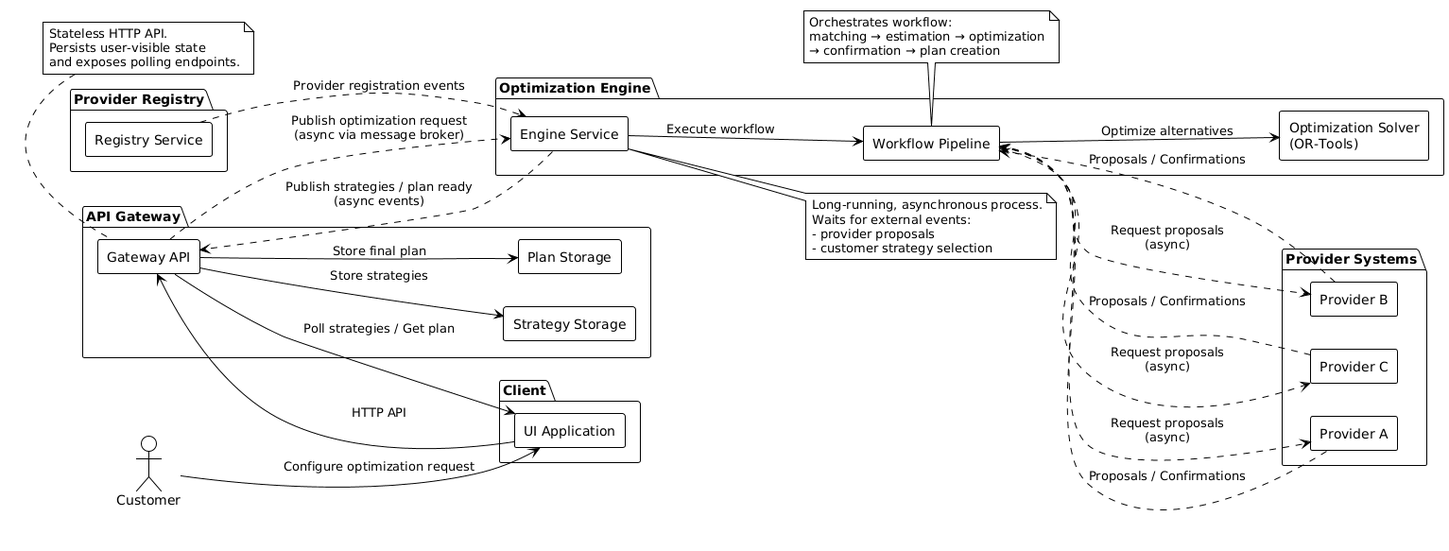
Above: docs/assets/optimization-pipeline/05-high-level.png in aleksandr-papajanov/manufacturing-optimization-engine (PlantUML), before the change.
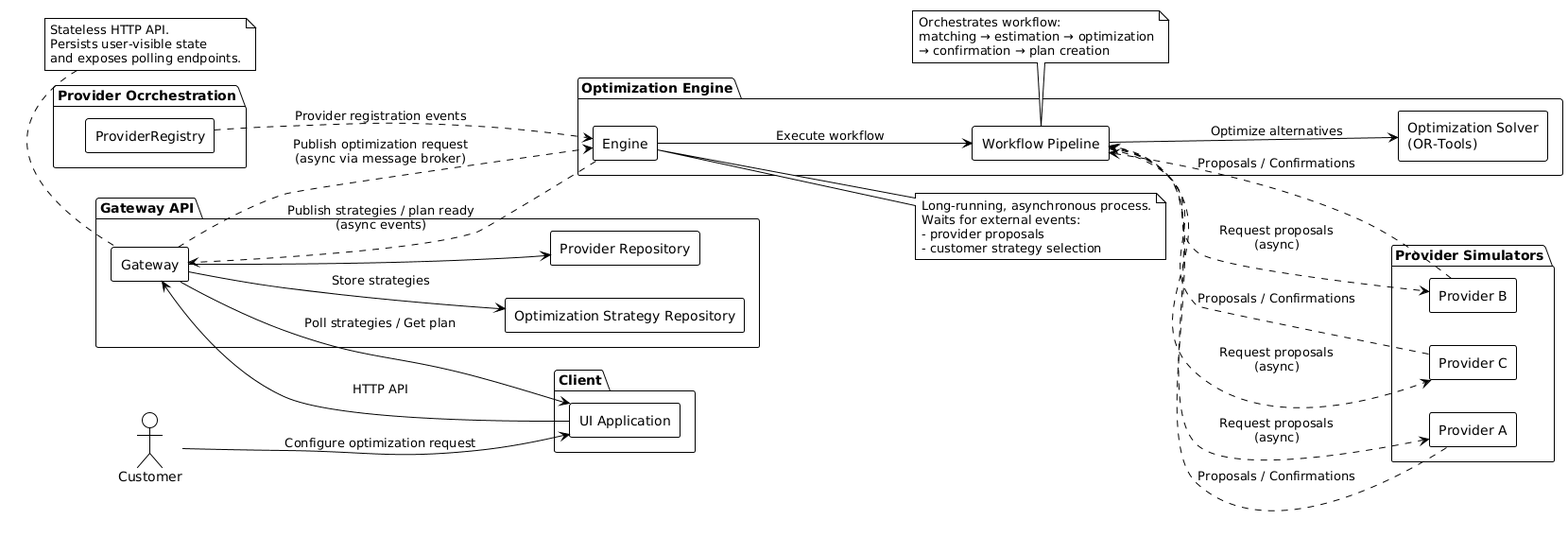
After the change.

What changed in the source:
```diff
@@ -10,26 +10,26 @@
   [UI Application] as UI
 }
 
-package "API Gateway" {
-  [Gateway API] as Gateway
-  [Strategy Storage]
-  [Plan Storage]
+package "Gateway API" {
+  [Gateway] as Gateway
+  [Optimization Strategy Repository]
+  [Provider Repository]
 }
 
 package "Optimization Engine" {
-  [Engine Service] as Engine
+  [Engine] as Engine
   [Workflow Pipeline] as Pipeline
   [Optimization Solver\n(OR-Tools)]
 }
 
-package "Provider Systems" {
+package "Provider Simulators" {
   [Provider A]
   [Provider B]
   [Provider C]
 }
 
-package "Provider Registry" {
-  [Registry Service]
+package "Provider Ocrchestration" {
+  [ProviderRegistry]
 }
 
 Customer --> UI : Configure optimization request
@@ -50,10 +50,10 @@
 [Provider B] ..> Pipeline : Proposals / Confirmations
 [Provider C] ..> Pipeline : Proposals / Confirmations
 
-[Registry Service] ..> Engine : Provider registration events
+[ProviderRegistry] ..> Engine : Provider registration events
 
-Gateway --> [Strategy Storage] : Store strategies
-Gateway --> [Plan Storage] : Store final plan
+Gateway --> [Optimization Strategy Repository] : Store strategies
+Gateway --> [Provider Repository]
 
 note right of Engine
   Long-running, asynchronous process.
```
